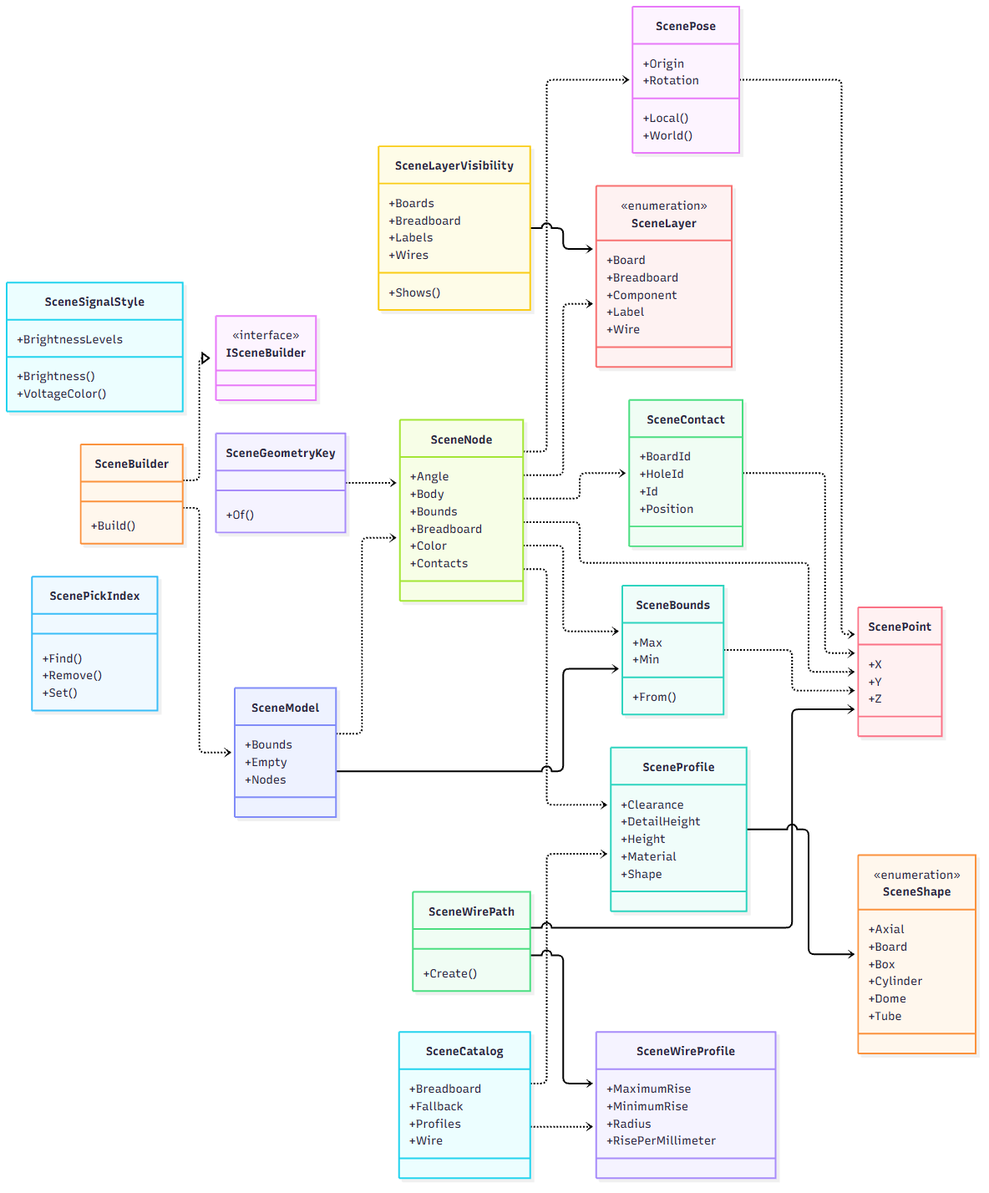
Before: docs/uml/images/3d-core-01.png, a diagram exported from Mermaid (Ismail-DEV-dg/3D-physical-Technical-constructor). Its source is kept beside it as docs/uml/generated/3d-core-01.mmd. Its diagram source:
```mermaid
classDiagram
    direction LR
    class T01["ISceneBuilder"]
    <<interface>> T01
    class T02["SceneBounds"]
    T02 : +From()
    T02 : +Max
    T02 : +Min
    class T03["SceneBuilder"]
    T03 : +Build()
    class T04["SceneCatalog"]
    T04 : +Breadboard
    T04 : +Fallback
    T04 : +Profiles
    T04 : +Wire
    class T05["SceneContact"]
    T05 : +BoardId
    T05 : +HoleId
    T05 : +Id
    T05 : +Position
    class T06["SceneGeometryKey"]
    T06 : +Of()
    class T07["SceneLayer"]
    <<enumeration>> T07
    T07 : +Board
    T07 : +Breadboard
    T07 : +Component
    T07 : +Label
    T07 : +Wire
    class T08["SceneLayerVisibility"]
    T08 : +Boards
    T08 : +Breadboard
    T08 : +Labels
    T08 : +Shows()
    T08 : +Wires
    class T09["SceneModel"]
    T09 : +Bounds
    T09 : +Empty
    T09 : +Nodes
    class T10["SceneNode"]
    T10 : +Angle
    T10 : +Body
    T10 : +Bounds
    T10 : +Breadboard
    T10 : +Color
    T10 : +Contacts
    class T11["ScenePickIndex"]
    T11 : +Find()
    T11 : +Remove()
    T11 : +Set()
    class T12["ScenePoint"]
    T12 : +X
    T12 : +Y
    T12 : +Z
    class T13["ScenePose"]
    T13 : +Local()
    T13 : +Origin
    T13 : +Rotation
    T13 : +World()
    class T14["SceneProfile"]
    T14 : +Clearance
    T14 : +DetailHeight
    T14 : +Height
    T14 : +Material
    T14 : +Shape
    class T15["SceneShape"]
    <<enumeration>> T15
    T15 : +Axial
    T15 : +Board
    T15 : +Box
    T15 : +Cylinder
    T15 : +Dome
    T15 : +Tube
    class T16["SceneSignalStyle"]
    T16 : +Brightness()
    T16 : +BrightnessLevels
    T16 : +VoltageColor()
    class T17["SceneWirePath"]
    T17 : +Create()
    class T18["SceneWireProfile"]
    T18 : +MaximumRise
    T18 : +MinimumRise
    T18 : +Radius
    T18 : +RisePerMillimeter
    T02 ..> T12
    T03 ..|> T01
    T03 ..> T09
    T04 ..> T14
    T04 ..> T18
    T05 ..> T12
    T06 ..> T10
    T08 ..> T07
    T09 ..> T10
    T09 ..> T02
    T10 ..> T07
    T10 ..> T14
    T10 ..> T13
    T10 ..> T02
    T10 ..> T05
    T10 ..> T12
    T13 ..> T12
    T14 ..> T15
    T17 ..> T12
    T17 ..> T18
```
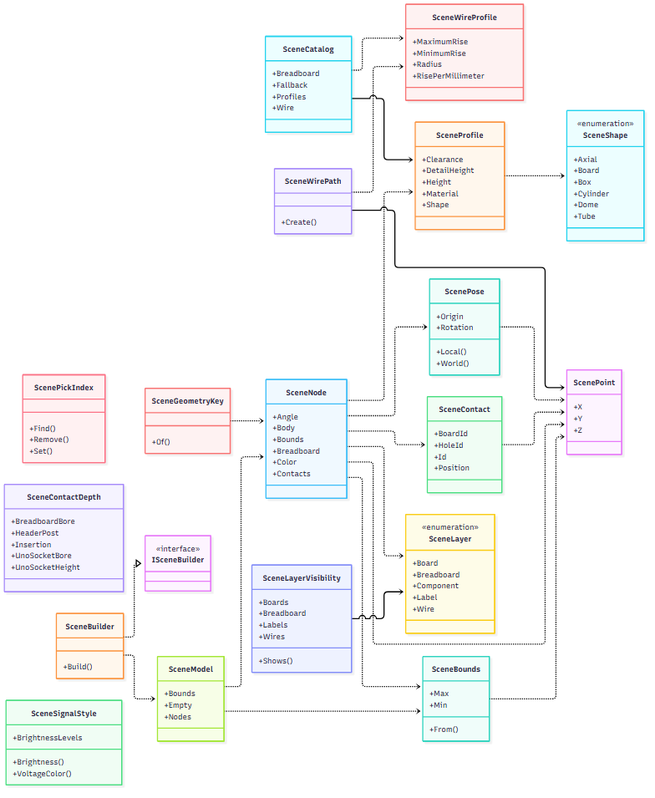
The same file after the commit.

Change to the diagram source:
```diff
@@ -18,87 +18,93 @@
     T05 : +HoleId
     T05 : +Id
     T05 : +Position
-    class T06["SceneGeometryKey"]
-    T06 : +Of()
-    class T07["SceneLayer"]
-    <<enumeration>> T07
-    T07 : +Board
-    T07 : +Breadboard
-    T07 : +Component
-    T07 : +Label
-    T07 : +Wire
-    class T08["SceneLayerVisibility"]
-    T08 : +Boards
+    class T06["SceneContactDepth"]
+    T06 : +BreadboardBore
+    T06 : +HeaderPost
+    T06 : +Insertion
+    T06 : +UnoSocketBore
+    T06 : +UnoSocketHeight
+    class T07["SceneGeometryKey"]
+    T07 : +Of()
+    class T08["SceneLayer"]
+    <<enumeration>> T08
+    T08 : +Board
     T08 : +Breadboard
-    T08 : +Labels
-    T08 : +Shows()
-    T08 : +Wires
-    class T09["SceneModel"]
-    T09 : +Bounds
-    T09 : +Empty
-    T09 : +Nodes
-    class T10["SceneNode"]
-    T10 : +Angle
-    T10 : +Body
+    T08 : +Component
+    T08 : +Label
+    T08 : +Wire
+    class T09["SceneLayerVisibility"]
+    T09 : +Boards
+    T09 : +Breadboard
+    T09 : +Labels
+    T09 : +Shows()
+    T09 : +Wires
+    class T10["SceneModel"]
     T10 : +Bounds
-    T10 : +Breadboard
-    T10 : +Color
-    T10 : +Contacts
-    class T11["ScenePickIndex"]
-    T11 : +Find()
-    T11 : +Remove()
-    T11 : +Set()
-    class T12["ScenePoint"]
-    T12 : +X
-    T12 : +Y
-    T12 : +Z
-    class T13["ScenePose"]
-    T13 : +Local()
-    T13 : +Origin
-    T13 : +Rotation
-    T13 : +World()
-    class T14["SceneProfile"]
-    T14 : +Clearance
-    T14 : +DetailHeight
-    T14 : +Height
-    T14 : +Material
-    T14 : +Shape
-    class T15["SceneShape"]
-    <<enumeration>> T15
-    T15 : +Axial
-    T15 : +Board
-    T15 : +Box
-    T15 : +Cylinder
-    T15 : +Dome
-    T15 : +Tube
-    class T16["SceneSignalStyle"]
-    T16 : +Brightness()
-    T16 : +BrightnessLevels
-    T16 : +VoltageColor()
-    class T17["SceneWirePath"]
-    T17 : +Create()
-    class T18["SceneWireProfile"]
-    T18 : +MaximumRise
-    T18 : +MinimumRise
-    T18 : +Radius
-    T18 : +RisePerMillimeter
-    T02 ..> T12
+    T10 : +Empty
+    T10 : +Nodes
+    class T11["SceneNode"]
+    T11 : +Angle
+    T11 : +Body
+    T11 : +Bounds
+    T11 : +Breadboard
+    T11 : +Color
+    T11 : +Contacts
+    class T12["ScenePickIndex"]
+    T12 : +Find()
+    T12 : +Remove()
+    T12 : +Set()
+    class T13["ScenePoint"]
+    T13 : +X
+    T13 : +Y
+    T13 : +Z
+    class T14["ScenePose"]
+    T14 : +Local()
+    T14 : +Origin
+    T14 : +Rotation
+    T14 : +World()
+    class T15["SceneProfile"]
+    T15 : +Clearance
+    T15 : +DetailHeight
+    T15 : +Height
+    T15 : +Material
+    T15 : +Shape
+    class T16["SceneShape"]
+    <<enumeration>> T16
+    T16 : +Axial
+    T16 : +Board
+    T16 : +Box
+    T16 : +Cylinder
+    T16 : +Dome
+    T16 : +Tube
+    class T17["SceneSignalStyle"]
+    T17 : +Brightness()
+    T17 : +BrightnessLevels
+    T17 : +VoltageColor()
+    class T18["SceneWirePath"]
+    T18 : +Create()
+    class T19["SceneWireProfile"]
+    T19 : +MaximumRise
+    T19 : +MinimumRise
+    T19 : +Radius
+    T19 : +RisePerMillimeter
+    T02 ..> T13
     T03 ..|> T01
-    T03 ..> T09
-    T04 ..> T14
-    T04 ..> T18
-    T05 ..> T12
-    T06 ..> T10
-    T08 ..> T07
-    T09 ..> T10
-    T09 ..> T02
-    T10 ..> T07
-    T10 ..> T14
-    T10 ..> T13
+    T03 ..> T10
+    T04 ..> T15
+    T04 ..> T19
+    T05 ..> T13
+    T07 ..> T11
+    T09 ..> T08
+    T10 ..> T11
     T10 ..> T02
-    T10 ..> T05
-    T10 ..> T12
-    T13 ..> T12
-    T14 ..> T15
-    T17 ..> T12
-    T17 ..> T18
+    T11 ..> T08
+    T11 ..> T15
+    T11 ..> T14
+    T11 ..> T02
+    T11 ..> T05
+    T11 ..> T13
+    T14 ..> T13
+    T15 ..> T16
+    T18 ..> T13
+    T18 ..> T19
```
